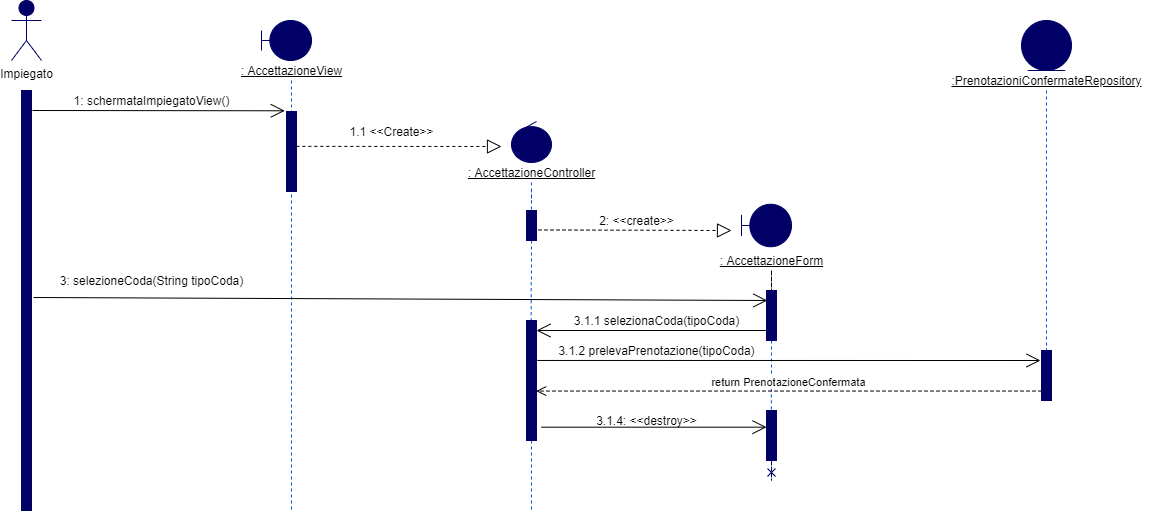
Before: Documenti/RAD/Sequence Diagram/Accettazione Prenotazione/SD AccettazionePrenotazione (Con repo).png, a diagram exported from draw.io (Givaa/MedQueue). Source tidied: cells renumbered, new cells last; positions are measured from the earlier drawing's top-left corner, leaving out a move shared by most shapes. Source of this version:
```xml
<mxGraphModel>
  <root>
    <mxCell id="0" />
    <mxCell id="1" parent="0" />
    <mxCell id="2" value="Impiegato" style="shape=umlActor;verticalLabelPosition=bottom;verticalAlign=top;html=1;fillColor=#000066;strokeColor=#000066;" parent="1" vertex="1">
      <mxGeometry width="30" height="60" as="geometry" />
    </mxCell>
    <mxCell id="3" style="html=1;perimeter=orthogonalPerimeter;strokeColor=#000066;fillColor=#000066;" parent="1" vertex="1">
      <mxGeometry x="10" y="90" width="10" height="420" as="geometry" />
    </mxCell>
    <mxCell id="4" style="shape=umlBoundary;whiteSpace=wrap;html=1;fillColor=#000066;strokeColor=#000066;" parent="1" vertex="1">
      <mxGeometry x="250" y="20" width="50" height="40" as="geometry" />
    </mxCell>
    <mxCell id="5" style="edgeStyle=orthogonalEdgeStyle;rounded=0;jettySize=auto;html=1;dashed=1;endArrow=none;endFill=0;strokeColor=#0050ef;" parent="1" edge="1" source="6">
      <mxGeometry relative="1" as="geometry">
        <mxPoint x="280" y="510" as="targetPoint" />
      </mxGeometry>
    </mxCell>
    <mxCell id="6" value="&lt;u&gt;: AccettazioneView&lt;/u&gt;" style="text;html=1;align=center;verticalAlign=middle;points=[];" parent="1" vertex="1">
      <mxGeometry x="220" y="60" width="120" height="20" as="geometry" />
    </mxCell>
    <mxCell id="7" style="endArrow=open;endFill=1;endSize=12;html=1;entryX=-0.171;entryY=-0.009;entryDx=0;entryDy=0;entryPerimeter=0;" parent="1" edge="1" target="8">
      <mxGeometry relative="1" as="geometry">
        <mxPoint x="21" y="110" as="sourcePoint" />
      </mxGeometry>
    </mxCell>
    <mxCell id="8" style="html=1;points=[];perimeter=orthogonalPerimeter;fillColor=#000066;strokeColor=#000066;" parent="1" vertex="1">
      <mxGeometry x="275" y="111" width="10" height="80" as="geometry" />
    </mxCell>
    <mxCell id="9" value="1: schermataImpiegatoView()" style="text;html=1;align=center;verticalAlign=middle;" parent="1" vertex="1">
      <mxGeometry x="50" y="90" width="180" height="20" as="geometry" />
    </mxCell>
    <mxCell id="10" style="endArrow=block;dashed=1;endFill=0;endSize=12;html=1;exitX=0.986;exitY=0.436;exitDx=0;exitDy=0;exitPerimeter=0;" parent="1" edge="1" source="8">
      <mxGeometry relative="1" as="geometry">
        <mxPoint x="490" y="146" as="targetPoint" />
      </mxGeometry>
    </mxCell>
    <mxCell id="11" style="ellipse;shape=umlControl;whiteSpace=wrap;html=1;fillColor=#000066;strokeColor=#000066;" parent="1" vertex="1">
      <mxGeometry x="500" y="121" width="40" height="41" as="geometry" />
    </mxCell>
    <mxCell id="12" value="1.1 &amp;lt;&amp;lt;Create&amp;gt;&amp;gt;" style="text;html=1;align=center;verticalAlign=middle;" parent="1" vertex="1">
      <mxGeometry x="330" y="121" width="100" height="20" as="geometry" />
    </mxCell>
    <mxCell id="13" value="&lt;u&gt;: AccettazioneController&lt;/u&gt;" style="text;html=1;align=center;verticalAlign=middle;points=[];" parent="1" vertex="1">
      <mxGeometry x="450" y="162" width="140" height="20" as="geometry" />
    </mxCell>
    <mxCell id="14" style="edgeStyle=orthogonalEdgeStyle;rounded=0;jettySize=auto;html=1;entryX=0.467;entryY=-0.001;entryDx=0;entryDy=0;entryPerimeter=0;endArrow=none;endFill=0;dashed=1;strokeColor=#0050ef;" parent="1" edge="1" source="15" target="27">
      <mxGeometry relative="1" as="geometry" />
    </mxCell>
    <mxCell id="15" style="html=1;points=[];perimeter=orthogonalPerimeter;fillColor=#000066;strokeColor=#000066;" parent="1" vertex="1">
      <mxGeometry x="515" y="210" width="10" height="30" as="geometry" />
    </mxCell>
    <mxCell id="16" style="edgeStyle=orthogonalEdgeStyle;rounded=0;jettySize=auto;html=1;dashed=1;endArrow=none;endFill=0;strokeColor=#0050EF;" parent="1" edge="1" source="13" target="15">
      <mxGeometry relative="1" as="geometry" />
    </mxCell>
    <mxCell id="17" style="endArrow=block;dashed=1;endFill=0;endSize=12;html=1;exitX=1.2;exitY=0.648;exitDx=0;exitDy=0;exitPerimeter=0;" parent="1" edge="1" source="15">
      <mxGeometry relative="1" as="geometry">
        <mxPoint x="720" y="230" as="targetPoint" />
      </mxGeometry>
    </mxCell>
    <mxCell id="18" value="2: &amp;lt;&amp;lt;create&amp;gt;&amp;gt;" style="text;html=1;align=center;verticalAlign=middle;" parent="1" vertex="1">
      <mxGeometry x="580" y="210" width="90" height="20" as="geometry" />
    </mxCell>
    <mxCell id="19" style="shape=umlBoundary;whiteSpace=wrap;html=1;fillColor=#000066;strokeColor=#000066;" parent="1" vertex="1">
      <mxGeometry x="730" y="203.8" width="50" height="42.5" as="geometry" />
    </mxCell>
    <mxCell id="20" style="edgeStyle=orthogonalEdgeStyle;rounded=0;jettySize=auto;html=1;dashed=1;endArrow=none;endFill=0;" parent="1" edge="1" source="21" target="23">
      <mxGeometry relative="1" as="geometry" />
    </mxCell>
    <mxCell id="21" value="&lt;div&gt;&lt;u&gt;: AccettazioneForm&lt;/u&gt;&lt;/div&gt;" style="text;html=1;align=center;verticalAlign=middle;points=[];" parent="1" vertex="1">
      <mxGeometry x="700" y="250" width="120" height="20" as="geometry" />
    </mxCell>
    <mxCell id="22" style="edgeStyle=orthogonalEdgeStyle;rounded=0;jettySize=auto;html=1;dashed=1;endArrow=none;endFill=0;entryX=0.486;entryY=0.01;entryDx=0;entryDy=0;entryPerimeter=0;strokeColor=#0050ef;" parent="1" edge="1" source="23" target="29">
      <mxGeometry relative="1" as="geometry" />
    </mxCell>
    <mxCell id="23" style="html=1;points=[];perimeter=orthogonalPerimeter;fillColor=#000066;strokeColor=#000066;" parent="1" vertex="1">
      <mxGeometry x="755" y="290" width="10" height="50" as="geometry" />
    </mxCell>
    <mxCell id="24" style="endArrow=open;endFill=1;endSize=12;html=1;entryX=0.083;entryY=0.2;entryDx=0;entryDy=0;entryPerimeter=0;" parent="1" edge="1" target="23">
      <mxGeometry relative="1" as="geometry">
        <mxPoint x="22" y="297" as="sourcePoint" />
      </mxGeometry>
    </mxCell>
    <mxCell id="25" value="3: selezioneCoda(String tipoCoda)" style="text;html=1;align=center;verticalAlign=middle;" parent="1" vertex="1">
      <mxGeometry x="40" y="270" width="200" height="20" as="geometry" />
    </mxCell>
    <mxCell id="26" style="edgeStyle=orthogonalEdgeStyle;rounded=0;jettySize=auto;html=1;dashed=1;endArrow=none;endFill=0;strokeColor=#0050ef;" parent="1" edge="1" source="27">
      <mxGeometry relative="1" as="geometry">
        <mxPoint x="520" y="510" as="targetPoint" />
      </mxGeometry>
    </mxCell>
    <mxCell id="27" style="html=1;points=[];perimeter=orthogonalPerimeter;fillColor=#000066;strokeColor=#000066;" parent="1" vertex="1">
      <mxGeometry x="515" y="320" width="10" height="120" as="geometry" />
    </mxCell>
    <mxCell id="28" style="edgeStyle=orthogonalEdgeStyle;rounded=0;jettySize=auto;html=1;dashed=1;endArrow=cross;endFill=0;strokeColor=#000066;" parent="1" edge="1" source="29">
      <mxGeometry relative="1" as="geometry">
        <mxPoint x="760" y="480" as="targetPoint" />
      </mxGeometry>
    </mxCell>
    <mxCell id="29" style="html=1;points=[];perimeter=orthogonalPerimeter;fillColor=#000066;strokeColor=#000066;" parent="1" vertex="1">
      <mxGeometry x="755" y="410" width="10" height="50" as="geometry" />
    </mxCell>
    <mxCell id="30" style="endArrow=open;endFill=1;endSize=12;html=1;exitX=1.5;exitY=0.889;exitDx=0;exitDy=0;exitPerimeter=0;" parent="1" edge="1" source="27" target="29">
      <mxGeometry relative="1" as="geometry" />
    </mxCell>
    <mxCell id="31" value="3.1.4: &amp;lt;&amp;lt;destroy&amp;gt;&amp;gt;" style="text;html=1;align=center;verticalAlign=middle;" parent="1" vertex="1">
      <mxGeometry x="575" y="410" width="120" height="20" as="geometry" />
    </mxCell>
    <mxCell id="32" style="ellipse;shape=umlEntity;whiteSpace=wrap;html=1;fillColor=#000066;strokeColor=#000066;" parent="1" vertex="1">
      <mxGeometry x="1010" y="20" width="50" height="50" as="geometry" />
    </mxCell>
    <mxCell id="33" style="edgeStyle=orthogonalEdgeStyle;rounded=0;jettySize=auto;html=1;dashed=1;endArrow=none;endFill=0;entryX=0.5;entryY=-0.022;entryDx=0;entryDy=0;entryPerimeter=0;strokeColor=#0050ef;" parent="1" edge="1" source="34" target="35">
      <mxGeometry relative="1" as="geometry" />
    </mxCell>
    <mxCell id="34" value="&lt;u&gt;:PrenotazioniConfermateRepository&lt;/u&gt;" style="text;html=1;align=center;verticalAlign=middle;points=[];" parent="1" vertex="1">
      <mxGeometry x="930" y="70" width="210" height="20" as="geometry" />
    </mxCell>
    <mxCell id="35" style="html=1;points=[];perimeter=orthogonalPerimeter;fillColor=#000066;strokeColor=#000066;" parent="1" vertex="1">
      <mxGeometry x="1030" y="350" width="10" height="50" as="geometry" />
    </mxCell>
    <mxCell id="36" value="3.1.1 selezionaCoda(tipoCoda)" style="text;html=1;align=center;verticalAlign=middle;rotation=0;" parent="1" vertex="1">
      <mxGeometry x="550" y="310" width="190" height="20" as="geometry" />
    </mxCell>
    <mxCell id="37" style="endArrow=open;endFill=1;endSize=12;html=1;exitX=-0.057;exitY=0.8;exitDx=0;exitDy=0;exitPerimeter=0;" parent="1" edge="1" source="23" target="27">
      <mxGeometry relative="1" as="geometry" />
    </mxCell>
    <mxCell id="38" style="endArrow=open;endFill=1;endSize=12;html=1;exitX=1.086;exitY=0.333;exitDx=0;exitDy=0;exitPerimeter=0;" parent="1" edge="1" source="27">
      <mxGeometry relative="1" as="geometry">
        <mxPoint x="1029" y="360" as="targetPoint" />
      </mxGeometry>
    </mxCell>
    <mxCell id="39" value="3.1.2 prelevaPrenotazione(tipoCoda)" style="text;html=1;align=center;verticalAlign=middle;rotation=0;" parent="1" vertex="1">
      <mxGeometry x="535" y="340" width="220" height="20" as="geometry" />
    </mxCell>
    <mxCell id="40" value="return PrenotazioneConfermata" style="html=1;verticalAlign=bottom;endArrow=open;dashed=1;endSize=8;entryX=0.971;entryY=0.588;entryDx=0;entryDy=0;entryPerimeter=0;exitX=0;exitY=0.811;exitDx=0;exitDy=0;exitPerimeter=0;" parent="1" edge="1" source="35" target="27">
      <mxGeometry relative="1" as="geometry" />
    </mxCell>
  </root>
</mxGraphModel>
```
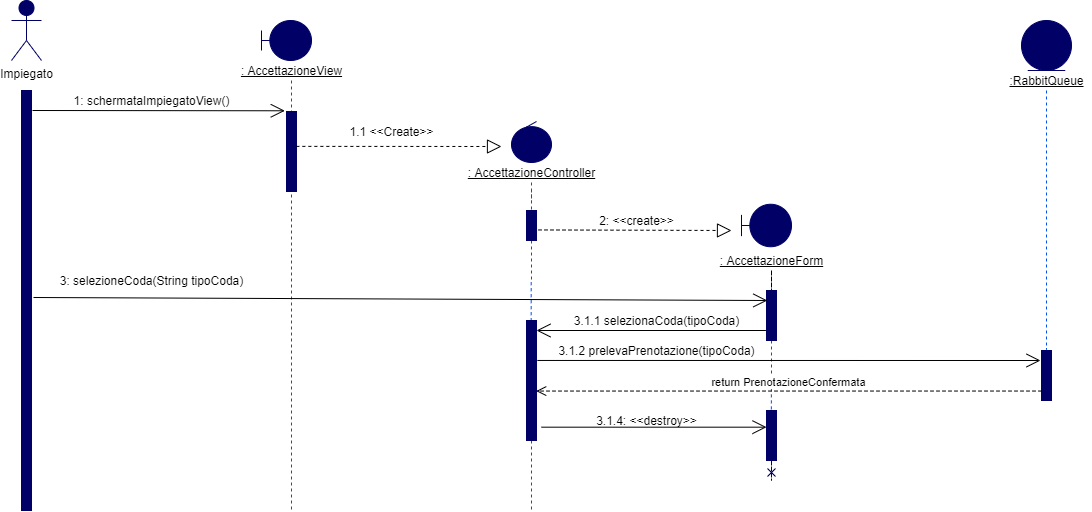
The same file after the commit.

Change to the diagram source:
```diff
@@ -112,8 +112,8 @@
     <mxCell id="33" style="edgeStyle=orthogonalEdgeStyle;rounded=0;jettySize=auto;html=1;dashed=1;endArrow=none;endFill=0;entryX=0.5;entryY=-0.022;entryDx=0;entryDy=0;entryPerimeter=0;strokeColor=#0050ef;" parent="1" edge="1" source="34" target="35">
       <mxGeometry relative="1" as="geometry" />
     </mxCell>
-    <mxCell id="34" value="&lt;u&gt;:PrenotazioniConfermateRepository&lt;/u&gt;" style="text;html=1;align=center;verticalAlign=middle;points=[];" parent="1" vertex="1">
-      <mxGeometry x="930" y="70" width="210" height="20" as="geometry" />
+    <mxCell id="34" value="&lt;u&gt;:RabbitQueue&lt;/u&gt;" style="text;html=1;align=center;verticalAlign=middle;points=[];" parent="1" vertex="1">
+      <mxGeometry x="990" y="70" width="90" height="20" as="geometry" />
     </mxCell>
     <mxCell id="35" style="html=1;points=[];perimeter=orthogonalPerimeter;fillColor=#000066;strokeColor=#000066;" parent="1" vertex="1">
       <mxGeometry x="1030" y="350" width="10" height="50" as="geometry" />
```
